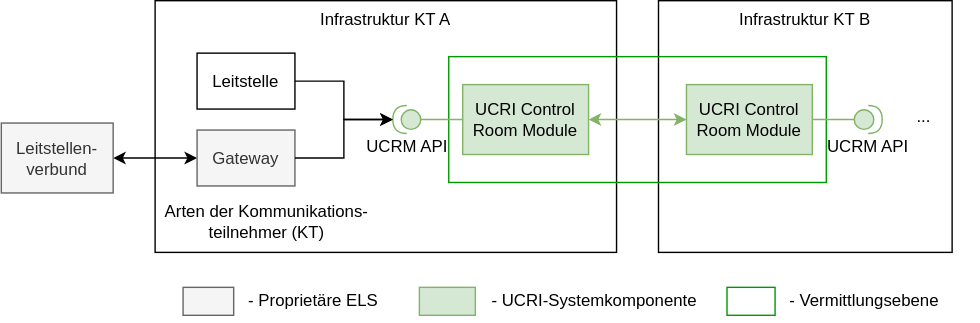
Before: staging/spec/ucri-components.drawio.svg, a diagram exported from draw.io (PMeV-EFUL/ucri2). Source tidied: cells renumbered, new cells last; positions are measured from the earlier drawing's top-left corner, leaving out a move shared by most shapes. The source it was exported from:
```xml
<mxGraphModel>
  <root>
    <mxCell id="0" />
    <mxCell id="1" parent="0" />
    <mxCell id="2" value="Infrastruktur KT B" style="rounded=0;whiteSpace=wrap;html=1;fillColor=none;verticalAlign=top;" parent="1" vertex="1">
      <mxGeometry x="470" width="210" height="180" as="geometry" />
    </mxCell>
    <mxCell id="3" value="Infrastruktur KT A" style="rounded=0;whiteSpace=wrap;html=1;fillColor=none;verticalAlign=top;" parent="1" vertex="1">
      <mxGeometry x="110" width="330" height="180" as="geometry" />
    </mxCell>
    <mxCell id="4" style="rounded=0;whiteSpace=wrap;html=1;fillColor=none;strokeColor=#009900;" parent="1" vertex="1">
      <mxGeometry x="320" y="40" width="270" height="90" as="geometry" />
    </mxCell>
    <mxCell id="5" style="edgeStyle=orthogonalEdgeStyle;rounded=0;jettySize=auto;html=1;endArrow=none;endFill=0;fillColor=#d5e8d4;strokeColor=#82b366;" parent="1" edge="1" source="6" target="18">
      <mxGeometry relative="1" as="geometry" />
    </mxCell>
    <mxCell id="6" value="UCRM API" style="shape=providedRequiredInterface;html=1;verticalLabelPosition=bottom;sketch=0;direction=west;fillColor=#d5e8d4;strokeColor=#82b366;" parent="1" vertex="1">
      <mxGeometry x="280" y="75" width="20" height="20" as="geometry" />
    </mxCell>
    <mxCell id="7" style="rounded=0;whiteSpace=wrap;html=1;fillColor=#d5e8d4;strokeColor=#82b366;" parent="1" vertex="1">
      <mxGeometry x="299" y="205" width="40" height="20" as="geometry" />
    </mxCell>
    <mxCell id="8" value="- UCRI-Systemkomponente" style="text;html=1;strokeColor=none;fillColor=none;align=left;verticalAlign=middle;whiteSpace=wrap;rounded=0;" parent="1" vertex="1">
      <mxGeometry x="349" y="200" width="160" height="30" as="geometry" />
    </mxCell>
    <mxCell id="9" value="Leitstelle" style="rounded=0;whiteSpace=wrap;html=1;" parent="1" vertex="1">
      <mxGeometry x="140" y="37.5" width="70" height="40" as="geometry" />
    </mxCell>
    <mxCell id="10" style="edgeStyle=orthogonalEdgeStyle;rounded=0;jettySize=auto;html=1;startArrow=classic;startFill=1;" parent="1" edge="1" source="11" target="12">
      <mxGeometry relative="1" as="geometry" />
    </mxCell>
    <mxCell id="11" value="Gateway" style="rounded=0;whiteSpace=wrap;html=1;fillColor=#f5f5f5;fontColor=#333333;strokeColor=#666666;" parent="1" vertex="1">
      <mxGeometry x="140" y="92.5" width="70" height="40" as="geometry" />
    </mxCell>
    <mxCell id="12" value="Leitstellen-verbund" style="rounded=0;whiteSpace=wrap;html=1;fillColor=#f5f5f5;fontColor=#333333;strokeColor=#666666;" parent="1" vertex="1">
      <mxGeometry y="87.5" width="80" height="50" as="geometry" />
    </mxCell>
    <mxCell id="13" value="Arten der Kommunikations-teilnehmer (KT)" style="text;html=1;strokeColor=none;fillColor=none;align=center;verticalAlign=middle;whiteSpace=wrap;rounded=0;" parent="1" vertex="1">
      <mxGeometry x="100" y="142.5" width="180" height="30" as="geometry" />
    </mxCell>
    <mxCell id="14" style="group;" parent="1" vertex="1">
      <mxGeometry x="519" y="200" width="180.5" height="30" as="geometry" />
    </mxCell>
    <mxCell id="15" style="rounded=0;whiteSpace=wrap;html=1;fillColor=none;strokeColor=#009900;" parent="14" vertex="1">
      <mxGeometry y="5" width="34.4" height="20" as="geometry" />
    </mxCell>
    <mxCell id="16" value="- Vermittlungsebene" style="text;html=1;strokeColor=none;fillColor=none;align=left;verticalAlign=middle;whiteSpace=wrap;rounded=0;" parent="14" vertex="1">
      <mxGeometry x="43" width="111.7" height="30" as="geometry" />
    </mxCell>
    <mxCell id="17" style="edgeStyle=orthogonalEdgeStyle;rounded=0;jettySize=auto;html=1;exitX=1;exitY=0.5;exitDx=0;exitDy=0;entryX=0;entryY=0.5;entryDx=0;entryDy=0;startArrow=classic;startFill=1;fillColor=#d5e8d4;strokeColor=#82b366;" parent="1" edge="1" source="18" target="23">
      <mxGeometry relative="1" as="geometry" />
    </mxCell>
    <mxCell id="18" value="UCRI Control Room Module" style="rounded=0;whiteSpace=wrap;html=1;fillColor=#d5e8d4;strokeColor=#82b366;" parent="1" vertex="1">
      <mxGeometry x="330" y="60" width="90" height="50" as="geometry" />
    </mxCell>
    <mxCell id="19" style="group;" parent="1" vertex="1">
      <mxGeometry x="80" y="200" width="190" height="30" as="geometry" />
    </mxCell>
    <mxCell id="20" style="rounded=0;whiteSpace=wrap;html=1;fillColor=#f5f5f5;strokeColor=#666666;fontColor=#333333;" parent="19" vertex="1">
      <mxGeometry x="50" y="5" width="36.2" height="20" as="geometry" />
    </mxCell>
    <mxCell id="21" value="- Proprietäre ELS" style="text;html=1;strokeColor=none;fillColor=none;align=left;verticalAlign=middle;whiteSpace=wrap;rounded=0;" parent="19" vertex="1">
      <mxGeometry x="95.2" width="99.5" height="30" as="geometry" />
    </mxCell>
    <mxCell id="22" value="..." style="text;html=1;strokeColor=none;fillColor=none;align=center;verticalAlign=middle;whiteSpace=wrap;rounded=0;" parent="1" vertex="1">
      <mxGeometry x="640" y="68" width="40" height="30" as="geometry" />
    </mxCell>
    <mxCell id="23" value="UCRI Control Room Module" style="rounded=0;whiteSpace=wrap;html=1;fillColor=#d5e8d4;strokeColor=#82b366;" parent="1" vertex="1">
      <mxGeometry x="490" y="60" width="90" height="50" as="geometry" />
    </mxCell>
    <mxCell id="24" style="group;" parent="1" vertex="1">
      <mxGeometry x="610" y="75" width="20" height="20" as="geometry" />
    </mxCell>
    <mxCell id="25" style="edgeStyle=orthogonalEdgeStyle;rounded=0;jettySize=auto;html=1;endArrow=none;endFill=0;entryX=1;entryY=0.5;entryDx=0;entryDy=0;fillColor=#d5e8d4;strokeColor=#82b366;" parent="24" edge="1" target="23">
      <mxGeometry relative="1" as="geometry">
        <mxPoint y="10" as="sourcePoint" />
      </mxGeometry>
    </mxCell>
    <mxCell id="26" style="shape=providedRequiredInterface;html=1;verticalLabelPosition=bottom;sketch=0;fillColor=#d5e8d4;strokeColor=#82b366;" parent="24" vertex="1">
      <mxGeometry width="20" height="20" as="geometry" />
    </mxCell>
    <mxCell id="27" value="UCRM API" style="text;html=1;strokeColor=none;fillColor=none;align=center;verticalAlign=middle;whiteSpace=wrap;rounded=0;" parent="1" vertex="1">
      <mxGeometry x="590" y="90" width="60" height="30" as="geometry" />
    </mxCell>
    <mxCell id="28" style="edgeStyle=orthogonalEdgeStyle;rounded=0;jettySize=auto;html=1;entryX=1;entryY=0.5;entryDx=0;entryDy=0;entryPerimeter=0;" parent="1" edge="1" source="9" target="6">
      <mxGeometry relative="1" as="geometry" />
    </mxCell>
    <mxCell id="29" style="edgeStyle=orthogonalEdgeStyle;rounded=0;jettySize=auto;html=1;entryX=1;entryY=0.5;entryDx=0;entryDy=0;entryPerimeter=0;" parent="1" edge="1" source="11" target="6">
      <mxGeometry relative="1" as="geometry" />
    </mxCell>
  </root>
</mxGraphModel>
```
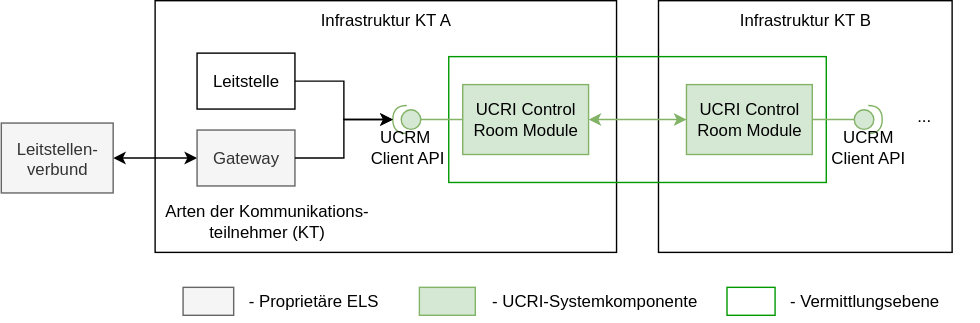
After the commit.

Commit message:
feat: diagrams adjusted

What changed in the source:
```diff
@@ -14,7 +14,7 @@
     <mxCell id="5" style="edgeStyle=orthogonalEdgeStyle;rounded=0;jettySize=auto;html=1;endArrow=none;endFill=0;fillColor=#d5e8d4;strokeColor=#82b366;" parent="1" edge="1" source="6" target="18">
       <mxGeometry relative="1" as="geometry" />
     </mxCell>
-    <mxCell id="6" value="UCRM API" style="shape=providedRequiredInterface;html=1;verticalLabelPosition=bottom;sketch=0;direction=west;fillColor=#d5e8d4;strokeColor=#82b366;" parent="1" vertex="1">
+    <mxCell id="6" value="UCRM&amp;nbsp;&lt;div&gt;Client API&lt;/div&gt;" style="shape=providedRequiredInterface;html=1;verticalLabelPosition=bottom;sketch=0;direction=west;fillColor=#d5e8d4;strokeColor=#82b366;" parent="1" vertex="1">
       <mxGeometry x="280" y="75" width="20" height="20" as="geometry" />
     </mxCell>
     <mxCell id="7" style="rounded=0;whiteSpace=wrap;html=1;fillColor=#d5e8d4;strokeColor=#82b366;" parent="1" vertex="1">
@@ -79,7 +79,7 @@
     <mxCell id="26" style="shape=providedRequiredInterface;html=1;verticalLabelPosition=bottom;sketch=0;fillColor=#d5e8d4;strokeColor=#82b366;" parent="24" vertex="1">
       <mxGeometry width="20" height="20" as="geometry" />
     </mxCell>
-    <mxCell id="27" value="UCRM API" style="text;html=1;strokeColor=none;fillColor=none;align=center;verticalAlign=middle;whiteSpace=wrap;rounded=0;" parent="1" vertex="1">
+    <mxCell id="27" value="UCRM Client API" style="text;html=1;strokeColor=none;fillColor=none;align=center;verticalAlign=middle;whiteSpace=wrap;rounded=0;" parent="1" vertex="1">
       <mxGeometry x="590" y="90" width="60" height="30" as="geometry" />
     </mxCell>
     <mxCell id="28" style="edgeStyle=orthogonalEdgeStyle;rounded=0;jettySize=auto;html=1;entryX=1;entryY=0.5;entryDx=0;entryDy=0;entryPerimeter=0;" parent="1" edge="1" source="9" target="6">
```
